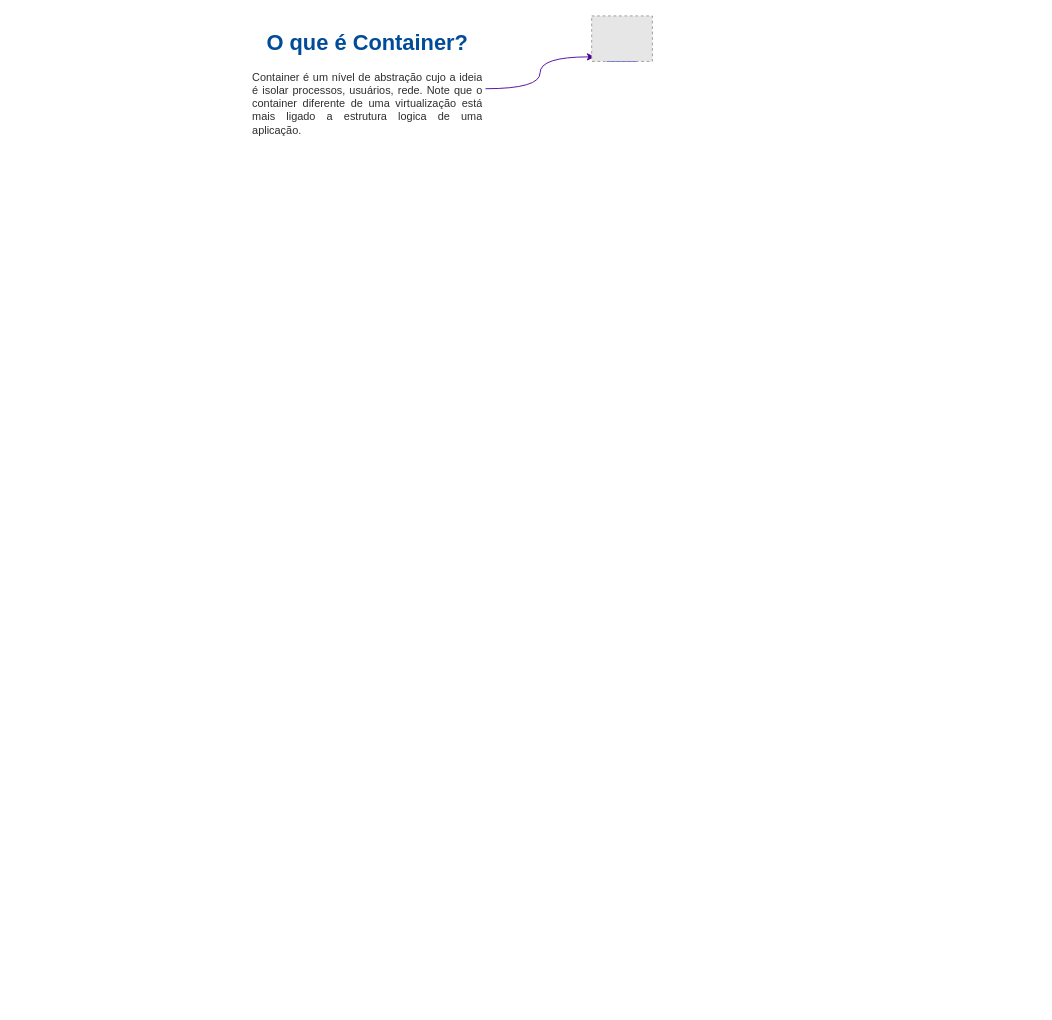
KelitonVougan/diagrams keeps this draw.io diagram as RoadMap-Docker.drawio. Above is the earlier version. Source tidied: cells renumbered, new cells numbered last; positions are measured from the earlier drawing's top-left corner, leaving out a move shared by most shapes. Both pictures are drawn from the tidied source at 91%, with x=0, y=0 at pixel (248, 15). Pictures stored in the file or linked from it are replaced by grey dashed boxes.
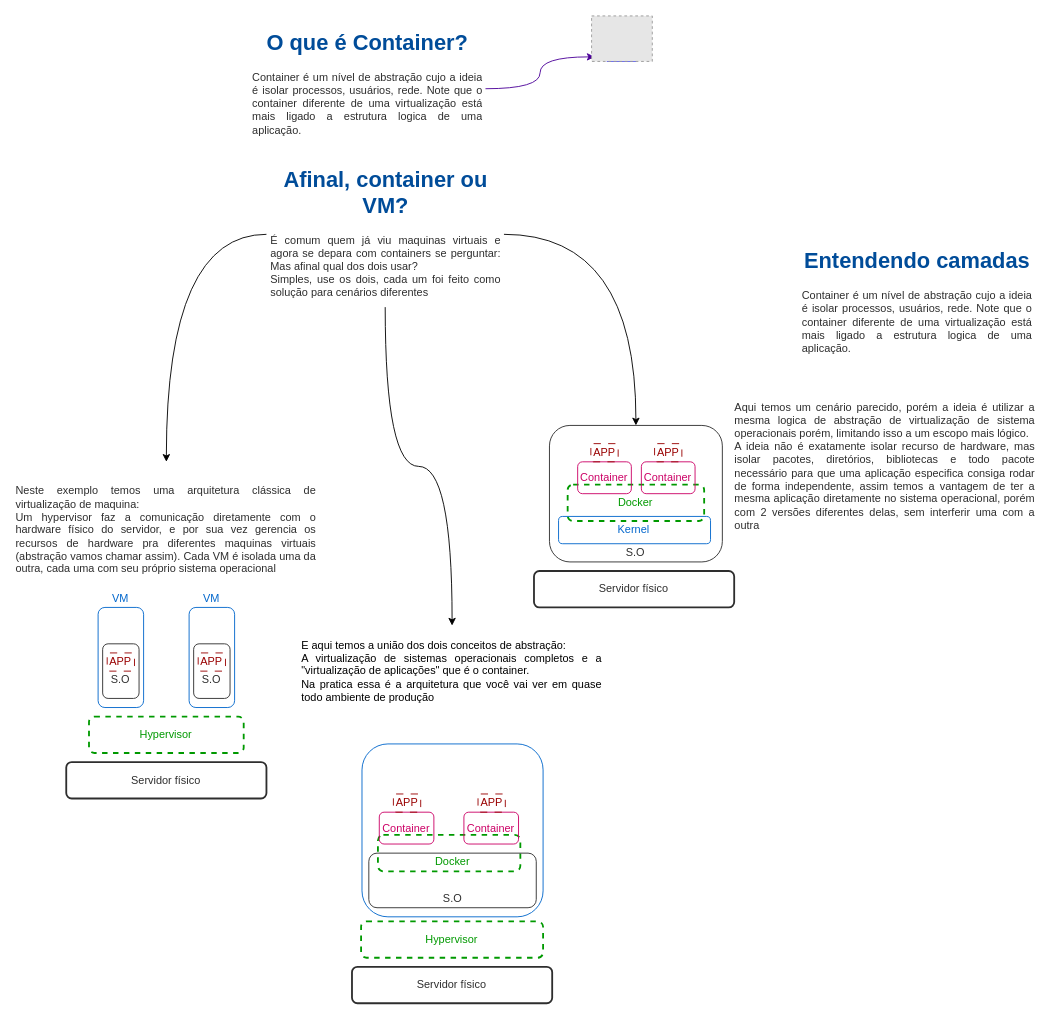
The same diagram, later.

What changed in the source:
```diff
@@
     <mxCell id="5" style="fillColor=#E6E6E6;strokeColor=#999999;dashed=1;verticalLabelPosition=bottom;labelBackgroundColor=default;verticalAlign=top;" parent="1" vertex="1">
-      <mxGeometry x="377.7" width="66.7" height="50" as="geometry" />
+      <mxGeometry x="377.6" width="66.7" height="50" as="geometry" />
     </mxCell>
+    <mxCell id="6" value="&lt;h1 align=&quot;center&quot;&gt;&lt;font color=&quot;#004c99&quot;&gt;Entendendo camadas&lt;/font&gt;&lt;br&gt;&lt;/h1&gt;&lt;p align=&quot;justify&quot;&gt;&lt;font color=&quot;#2e2e2e&quot;&gt;Container é um nível de abstração cujo a ideia é isolar processos, usuários, rede. Note que o container diferente de uma virtualização está mais ligado a estrutura logica de uma aplicação.&lt;/font&gt;&lt;br&gt;&lt;/p&gt;" style="text;html=1;strokeColor=none;fillColor=none;spacing=5;spacingTop=-20;whiteSpace=wrap;overflow=hidden;rounded=0;" parent="1" vertex="1">
+      <mxGeometry x="604.3" y="250" width="261" height="140" as="geometry" />
+    </mxCell>
+    <mxCell id="7" style="edgeStyle=orthogonalEdgeStyle;rounded=0;jettySize=auto;html=1;entryX=0.5;entryY=0;entryDx=0;entryDy=0;curved=1;exitX=0;exitY=0.5;exitDx=0;exitDy=0;" parent="1" edge="1" source="10" target="11">
+      <mxGeometry relative="1" as="geometry" />
+    </mxCell>
+    <mxCell id="8" style="edgeStyle=orthogonalEdgeStyle;rounded=0;jettySize=auto;html=1;entryX=0.5;entryY=0;entryDx=0;entryDy=0;curved=1;" parent="1" edge="1" source="10" target="17">
+      <mxGeometry relative="1" as="geometry" />
+    </mxCell>
+    <mxCell id="9" style="edgeStyle=orthogonalEdgeStyle;rounded=0;jettySize=auto;html=1;curved=1;" parent="1" edge="1" source="10" target="13">
+      <mxGeometry relative="1" as="geometry" />
+    </mxCell>
+    <mxCell id="10" value="&lt;h1 align=&quot;center&quot;&gt;&lt;font color=&quot;#004c99&quot;&gt;Afinal, container ou VM?&lt;/font&gt;&lt;/h1&gt;&lt;div align=&quot;justify&quot;&gt;&lt;font color=&quot;#2e2e2e&quot;&gt;É comum quem já viu maquinas virtuais e agora se depara com containers se perguntar: Mas afinal qual dos dois usar? &lt;br&gt;Simples, use os dois, cada um foi feito como solução para cenários diferentes &lt;/font&gt;&lt;br&gt;&lt;/div&gt;" style="text;html=1;strokeColor=none;fillColor=none;spacing=5;spacingTop=-20;whiteSpace=wrap;overflow=hidden;rounded=0;" parent="1" vertex="1">
+      <mxGeometry x="20.3" y="160" width="261" height="160" as="geometry" />
+    </mxCell>
+    <mxCell id="11" value="&lt;div align=&quot;justify&quot;&gt;&lt;font color=&quot;#2e2e2e&quot;&gt;Neste exemplo temos uma arquitetura clássica de virtualização de maquina:&lt;/font&gt;&lt;br&gt;&lt;font color=&quot;#2e2e2e&quot;&gt;Um hypervisor faz a comunicação diretamente com o hardware físico do servidor, e por sua vez gerencia os recursos de hardware pra diferentes maquinas virtuais (abstração vamos chamar assim). Cada VM é isolada uma da outra, cada uma com seu próprio sistema operacional&lt;/font&gt;&lt;br&gt;&lt;/div&gt;" style="text;html=1;strokeColor=none;fillColor=none;align=center;verticalAlign=middle;whiteSpace=wrap;rounded=0;" parent="1" vertex="1">
+      <mxGeometry x="-255.7" y="490" width="332" height="150" as="geometry" />
+    </mxCell>
+    <mxCell id="12" value="&lt;div align=&quot;justify&quot;&gt;&lt;font color=&quot;#2e2e2e&quot;&gt;Aqui temos um cenário parecido, porém a ideia é utilizar a mesma logica de abstração de virtualização de sistema operacionais porém, limitando isso a um escopo mais lógico.&lt;/font&gt;&lt;/div&gt;&lt;div align=&quot;justify&quot;&gt;&lt;font color=&quot;#2e2e2e&quot;&gt;A ideia não é exatamente isolar recurso de hardware, mas isolar pacotes, diretórios, bibliotecas e todo pacote necessário para que uma aplicação especifica consiga rodar de forma independente, assim temos a vantagem de ter a mesma aplicação diretamente no sistema operacional, porém com 2 versões diferentes delas, sem interferir uma com a outra&lt;br&gt;&lt;/font&gt;&lt;/div&gt;" style="text;html=1;strokeColor=none;fillColor=none;align=center;verticalAlign=middle;whiteSpace=wrap;rounded=0;" parent="1" vertex="1">
+      <mxGeometry x="534.3" y="420" width="332" height="150" as="geometry" />
+    </mxCell>
+    <mxCell id="13" value="&lt;div align=&quot;justify&quot;&gt;E aqui temos a união dos dois conceitos de abstração:&lt;br&gt;A virtualização de sistemas operacionais completos e a &quot;virtualização de aplicações&quot; que é o container.&lt;br&gt;Na pratica essa é a arquitetura que você vai ver em quase todo ambiente de produção&lt;/div&gt;" style="text;html=1;strokeColor=none;fillColor=none;align=center;verticalAlign=middle;whiteSpace=wrap;rounded=0;" parent="1" vertex="1">
+      <mxGeometry x="58.3" y="670" width="332" height="100" as="geometry" />
+    </mxCell>
+    <mxCell id="14" style="group;" parent="1" vertex="1">
+      <mxGeometry x="314.3" y="450" width="220" height="200" as="geometry" />
+    </mxCell>
+    <mxCell id="15" style="rounded=1;whiteSpace=wrap;html=1;fillColor=none;strokeWidth=2;strokeColor=#2E2E2E;" parent="14" vertex="1">
+      <mxGeometry y="160" width="220" height="40" as="geometry" />
+    </mxCell>
+    <mxCell id="16" value="&lt;font color=&quot;#2e2e2e&quot;&gt;Servidor físico&lt;br&gt;&lt;/font&gt;" style="text;html=1;strokeColor=none;fillColor=none;align=center;verticalAlign=middle;whiteSpace=wrap;rounded=0;" parent="14" vertex="1">
+      <mxGeometry y="170" width="220" height="20" as="geometry" />
+    </mxCell>
+    <mxCell id="17" style="rounded=1;whiteSpace=wrap;html=1;fillColor=none;strokeWidth=1;strokeColor=#2E2E2E;" parent="14" vertex="1">
+      <mxGeometry x="17" width="190" height="150" as="geometry" />
+    </mxCell>
+    <mxCell id="18" value="&lt;font color=&quot;#2e2e2e&quot;&gt;S.O&lt;/font&gt;" style="text;html=1;strokeColor=none;fillColor=none;align=center;verticalAlign=middle;whiteSpace=wrap;rounded=0;" parent="14" vertex="1">
+      <mxGeometry x="92" y="130" width="40" height="20" as="geometry" />
+    </mxCell>
+    <mxCell id="19" style="rounded=1;whiteSpace=wrap;html=1;fillColor=none;strokeWidth=1;strokeColor=#0066CC;" parent="14" vertex="1">
+      <mxGeometry x="27" y="100" width="167" height="30" as="geometry" />
+    </mxCell>
+    <mxCell id="20" value="&lt;font color=&quot;#0066cc&quot;&gt;Kernel&lt;/font&gt;" style="text;html=1;strokeColor=none;fillColor=none;align=center;verticalAlign=middle;whiteSpace=wrap;rounded=0;" parent="14" vertex="1">
+      <mxGeometry x="90" y="105" width="40" height="20" as="geometry" />
+    </mxCell>
+    <mxCell id="21" style="rounded=1;whiteSpace=wrap;html=1;fillColor=none;strokeWidth=2;strokeColor=#009900;dashed=1;" parent="14" vertex="1">
+      <mxGeometry x="37" y="65" width="150" height="40" as="geometry" />
+    </mxCell>
+    <mxCell id="22" value="&lt;font color=&quot;#cc0066&quot;&gt;Container&lt;/font&gt;" style="rounded=1;whiteSpace=wrap;html=1;fillColor=none;strokeWidth=1;strokeColor=#CC0066;" parent="14" vertex="1">
+      <mxGeometry x="48" y="40" width="59" height="35" as="geometry" />
+    </mxCell>
+    <mxCell id="23" value="&lt;font color=&quot;#009900&quot;&gt;Docker&lt;/font&gt;" style="text;html=1;strokeColor=none;fillColor=none;align=center;verticalAlign=middle;whiteSpace=wrap;rounded=0;" parent="14" vertex="1">
+      <mxGeometry x="37" y="75" width="150" height="20" as="geometry" />
+    </mxCell>
+    <mxCell id="24" value="&lt;font color=&quot;#990000&quot;&gt;APP&lt;/font&gt;" style="rounded=1;whiteSpace=wrap;html=1;fillColor=none;strokeWidth=1;strokeColor=#990000;dashed=1;dashPattern=8 8;" parent="14" vertex="1">
+      <mxGeometry x="62.5" y="20" width="30" height="20" as="geometry" />
+    </mxCell>
+    <mxCell id="25" value="&lt;font color=&quot;#cc0066&quot;&gt;Container&lt;/font&gt;" style="rounded=1;whiteSpace=wrap;html=1;fillColor=none;strokeWidth=1;strokeColor=#CC0066;" parent="14" vertex="1">
+      <mxGeometry x="118" y="40" width="59" height="35" as="geometry" />
+    </mxCell>
+    <mxCell id="26" value="&lt;font color=&quot;#990000&quot;&gt;APP&lt;/font&gt;" style="rounded=1;whiteSpace=wrap;html=1;fillColor=none;strokeWidth=1;strokeColor=#990000;dashed=1;dashPattern=8 8;" parent="14" vertex="1">
+      <mxGeometry x="132.5" y="20" width="30" height="20" as="geometry" />
+    </mxCell>
+    <mxCell id="27" style="group;" parent="1" vertex="1">
+      <mxGeometry x="-199.7" y="630" width="220" height="230" as="geometry" />
+    </mxCell>
+    <mxCell id="28" style="rounded=1;whiteSpace=wrap;html=1;fillColor=none;strokeWidth=1;strokeColor=#0066CC;" parent="27" vertex="1">
+      <mxGeometry x="35" y="20" width="50" height="110" as="geometry" />
+    </mxCell>
+    <mxCell id="29" value="&lt;font color=&quot;#0066cc&quot;&gt;VM&lt;/font&gt;" style="text;html=1;strokeColor=none;fillColor=none;align=center;verticalAlign=middle;whiteSpace=wrap;rounded=0;" parent="27" vertex="1">
+      <mxGeometry x="40" width="40" height="20" as="geometry" />
+    </mxCell>
+    <mxCell id="30" style="rounded=1;whiteSpace=wrap;html=1;fillColor=none;strokeWidth=2;strokeColor=#2E2E2E;" parent="27" vertex="1">
+      <mxGeometry y="190" width="220" height="40" as="geometry" />
+    </mxCell>
+    <mxCell id="31" value="&lt;font color=&quot;#2e2e2e&quot;&gt;Servidor físico&lt;br&gt;&lt;/font&gt;" style="text;html=1;strokeColor=none;fillColor=none;align=center;verticalAlign=middle;whiteSpace=wrap;rounded=0;" parent="27" vertex="1">
+      <mxGeometry y="200" width="220" height="20" as="geometry" />
+    </mxCell>
+    <mxCell id="32" style="rounded=1;whiteSpace=wrap;html=1;fillColor=none;strokeWidth=2;strokeColor=#009900;dashed=1;" parent="27" vertex="1">
+      <mxGeometry x="25" y="140" width="170" height="40" as="geometry" />
+    </mxCell>
+    <mxCell id="33" value="&lt;font color=&quot;#009900&quot;&gt;Hypervisor&lt;/font&gt;" style="text;html=1;strokeColor=none;fillColor=none;align=center;verticalAlign=middle;whiteSpace=wrap;rounded=0;" parent="27" vertex="1">
+      <mxGeometry x="35" y="150" width="150" height="20" as="geometry" />
+    </mxCell>
+    <mxCell id="34" style="rounded=1;whiteSpace=wrap;html=1;fillColor=none;strokeWidth=1;strokeColor=#2E2E2E;" parent="27" vertex="1">
+      <mxGeometry x="40" y="60" width="40" height="60" as="geometry" />
+    </mxCell>
+    <mxCell id="35" value="&lt;font color=&quot;#2e2e2e&quot;&gt;S.O&lt;/font&gt;" style="text;html=1;strokeColor=none;fillColor=none;align=center;verticalAlign=middle;whiteSpace=wrap;rounded=0;" parent="27" vertex="1">
+      <mxGeometry x="40" y="90" width="40" height="20" as="geometry" />
+    </mxCell>
+    <mxCell id="36" value="&lt;font color=&quot;#990000&quot;&gt;APP&lt;/font&gt;" style="rounded=1;whiteSpace=wrap;html=1;fillColor=none;strokeWidth=1;strokeColor=#990000;dashed=1;dashPattern=8 8;" parent="27" vertex="1">
+      <mxGeometry x="45" y="70" width="30" height="20" as="geometry" />
+    </mxCell>
+    <mxCell id="37" style="rounded=1;whiteSpace=wrap;html=1;fillColor=none;strokeWidth=1;strokeColor=#0066CC;" parent="27" vertex="1">
+      <mxGeometry x="135" y="20" width="50" height="110" as="geometry" />
+    </mxCell>
+    <mxCell id="38" style="rounded=1;whiteSpace=wrap;html=1;fillColor=none;strokeWidth=1;strokeColor=#2E2E2E;" parent="27" vertex="1">
+      <mxGeometry x="140" y="60" width="40" height="60" as="geometry" />
+    </mxCell>
+    <mxCell id="39" value="&lt;font color=&quot;#2e2e2e&quot;&gt;S.O&lt;/font&gt;" style="text;html=1;strokeColor=none;fillColor=none;align=center;verticalAlign=middle;whiteSpace=wrap;rounded=0;" parent="27" vertex="1">
+      <mxGeometry x="140" y="90" width="40" height="20" as="geometry" />
+    </mxCell>
+    <mxCell id="40" value="&lt;font color=&quot;#990000&quot;&gt;APP&lt;/font&gt;" style="rounded=1;whiteSpace=wrap;html=1;fillColor=none;strokeWidth=1;strokeColor=#990000;dashed=1;dashPattern=8 8;" parent="27" vertex="1">
+      <mxGeometry x="145" y="70" width="30" height="20" as="geometry" />
+    </mxCell>
+    <mxCell id="41" value="&lt;font color=&quot;#0066cc&quot;&gt;VM&lt;/font&gt;" style="text;html=1;strokeColor=none;fillColor=none;align=center;verticalAlign=middle;whiteSpace=wrap;rounded=0;" parent="27" vertex="1">
+      <mxGeometry x="140" width="40" height="20" as="geometry" />
+    </mxCell>
+    <mxCell id="42" style="group;" parent="1" vertex="1">
+      <mxGeometry x="114.3" y="800" width="220" height="285" as="geometry" />
+    </mxCell>
+    <mxCell id="43" style="rounded=1;whiteSpace=wrap;html=1;fillColor=none;strokeWidth=2;strokeColor=#009900;dashed=1;" parent="42" vertex="1">
+      <mxGeometry x="28.5" y="100" width="156.5" height="40" as="geometry" />
+    </mxCell>
+    <mxCell id="44" style="rounded=1;whiteSpace=wrap;html=1;fillColor=none;strokeWidth=2;strokeColor=#2E2E2E;" parent="42" vertex="1">
+      <mxGeometry y="245" width="220" height="40" as="geometry" />
+    </mxCell>
+    <mxCell id="45" value="&lt;font color=&quot;#2e2e2e&quot;&gt;Servidor físico&lt;br&gt;&lt;/font&gt;" style="text;html=1;strokeColor=none;fillColor=none;align=center;verticalAlign=middle;whiteSpace=wrap;rounded=0;" parent="42" vertex="1">
+      <mxGeometry y="255" width="220" height="20" as="geometry" />
+    </mxCell>
+    <mxCell id="46" style="rounded=1;whiteSpace=wrap;html=1;fillColor=none;strokeWidth=2;strokeColor=#009900;dashed=1;" parent="42" vertex="1">
+      <mxGeometry x="10" y="195" width="200" height="40" as="geometry" />
+    </mxCell>
+    <mxCell id="47" value="&lt;font color=&quot;#009900&quot;&gt;Hypervisor&lt;/font&gt;" style="text;html=1;strokeColor=none;fillColor=none;align=center;verticalAlign=middle;whiteSpace=wrap;rounded=0;" parent="42" vertex="1">
+      <mxGeometry x="35" y="205" width="150" height="20" as="geometry" />
+    </mxCell>
+    <mxCell id="48" style="rounded=1;whiteSpace=wrap;html=1;fillColor=none;strokeWidth=1;strokeColor=#0066CC;" parent="42" vertex="1">
+      <mxGeometry x="11" width="199" height="190" as="geometry" />
+    </mxCell>
+    <mxCell id="49" style="rounded=1;whiteSpace=wrap;html=1;fillColor=none;strokeWidth=1;strokeColor=#2E2E2E;" parent="42" vertex="1">
+      <mxGeometry x="18.5" y="120" width="184" height="60" as="geometry" />
+    </mxCell>
+    <mxCell id="50" value="&lt;font color=&quot;#2e2e2e&quot;&gt;S.O&lt;/font&gt;" style="text;html=1;strokeColor=none;fillColor=none;align=center;verticalAlign=middle;whiteSpace=wrap;rounded=0;" parent="42" vertex="1">
+      <mxGeometry x="90.5" y="160" width="40" height="20" as="geometry" />
+    </mxCell>
+    <mxCell id="51" value="&lt;font color=&quot;#009900&quot;&gt;Docker&lt;/font&gt;" style="text;html=1;strokeColor=none;fillColor=none;align=center;verticalAlign=middle;whiteSpace=wrap;rounded=0;" parent="42" vertex="1">
+      <mxGeometry x="35.5" y="120" width="150" height="20" as="geometry" />
+    </mxCell>
+    <mxCell id="52" value="&lt;font color=&quot;#cc0066&quot;&gt;Container&lt;/font&gt;" style="rounded=1;whiteSpace=wrap;html=1;fillColor=none;strokeWidth=1;strokeColor=#CC0066;" parent="42" vertex="1">
+      <mxGeometry x="30" y="75" width="60" height="35" as="geometry" />
+    </mxCell>
+    <mxCell id="53" value="&lt;font color=&quot;#990000&quot;&gt;APP&lt;/font&gt;" style="rounded=1;whiteSpace=wrap;html=1;fillColor=none;strokeWidth=1;strokeColor=#990000;dashed=1;dashPattern=8 8;" parent="42" vertex="1">
+      <mxGeometry x="45.5" y="55" width="30" height="20" as="geometry" />
+    </mxCell>
+    <mxCell id="54" value="&lt;font color=&quot;#cc0066&quot;&gt;Container&lt;/font&gt;" style="rounded=1;whiteSpace=wrap;html=1;fillColor=none;strokeWidth=1;strokeColor=#CC0066;" parent="42" vertex="1">
+      <mxGeometry x="123" y="75" width="60" height="35" as="geometry" />
+    </mxCell>
+    <mxCell id="55" value="&lt;font color=&quot;#990000&quot;&gt;APP&lt;/font&gt;" style="rounded=1;whiteSpace=wrap;html=1;fillColor=none;strokeWidth=1;strokeColor=#990000;dashed=1;dashPattern=8 8;" parent="42" vertex="1">
+      <mxGeometry x="138.5" y="55" width="30" height="20" as="geometry" />
+    </mxCell>
```
